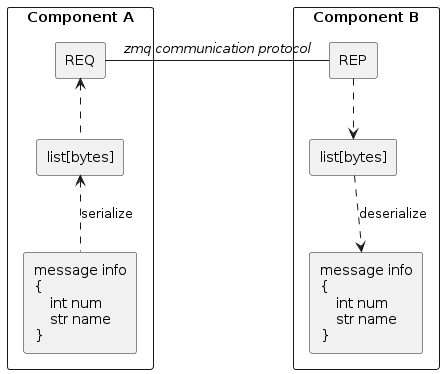
nsulmol/afspm keeps this PlantUML diagram as docs/images/network_framework.png. Above is the earlier version.
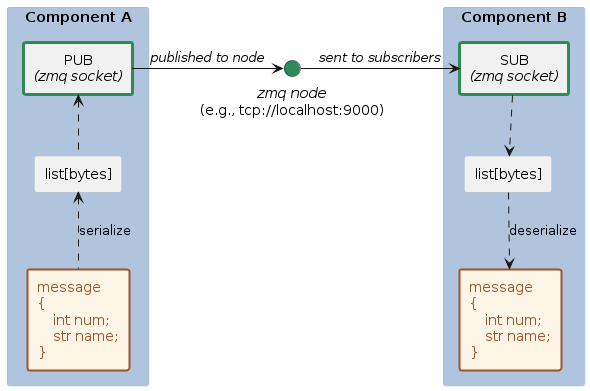
Later version of the same file.

Change to the diagram source:
```diff
@@ -1,35 +1,37 @@
 @startuml
-skinparam componentStyle rectangle
+!include style.puml
 
-component "Component A" as comp_a {
-  component REQ as node_a
-  component proto_a [
-  message info
+component "Component A" <<internal>> as comp_a {
+  component "PUB\n//(zmq socket)//" <<socket>> as socket_a
+  component proto_a <<message>> <<left>> [
+  message
   {
-      int num
-      str name
+      int num;
+      str name;
   }
   ]
 
   component "list[bytes]" as bytes_a
   proto_a .u.> bytes_a: serialize
-  bytes_a .u.> node_a
+  bytes_a .u.> socket_a
 }
 
-component "Component B" as comp_b {
-  component REP as node_b
-  component proto_b [
-  message info
+component "Component B" <<internal>> as comp_b {
+  component "SUB\n//(zmq socket)//" <<socket>> as socket_b
+  component proto_b <<message>> <<left>> [
+  message
   {
-      int num
-      str name
+      int num;
+      str name;
   }
   ]
 
   component "list[bytes]" as bytes_b
-  node_b .d.> bytes_b
-  bytes_b .d.> proto_b: deserialize
+  socket_b .d.> bytes_b
+  bytes_b .d.> proto_b: "deserialize\t"
 }
 
-node_a --r-- node_b: "//zmq communication protocol//"
+interface node <<node>> as "//zmq node//\n(e.g., tcp://localhost:9000)"
+socket_a --r--> node: "//published to node//"
+node --r--> socket_b: "//sent to subscribers//"
 @enduml
```
